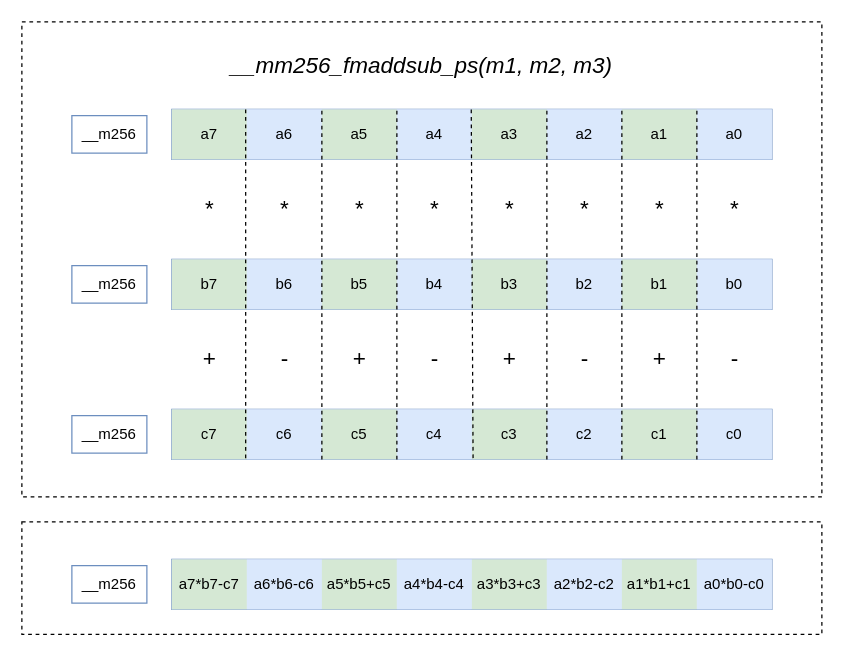
The draw.io diagram page "fmaddsub_ps" (1 of 3) of fma.drawio in alanzhai219/code-snippet, before the edit. Source tidied: cells renumbered, new cells numbered last; positions are measured from the earlier drawing's top-left corner, leaving out a move shared by most shapes. Both pictures are drawn from the tidied source at 125%, with x=0, y=0 at pixel (21, 21).
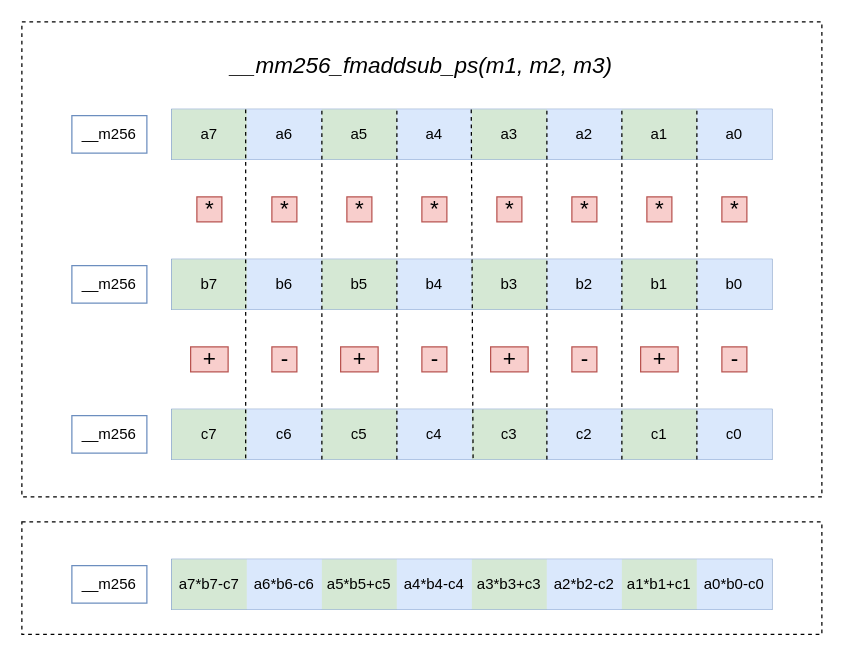
The same diagram, later.

Change to the diagram source:
```diff
@@
-    <mxCell id="53" value="&lt;font style=&quot;font-size: 18px&quot;&gt;*&lt;/font&gt;" style="text;html=1;align=center;verticalAlign=middle;strokeColor=none;fillColor=none;" parent="1" vertex="1">
+    <mxCell id="53" value="&lt;font style=&quot;font-size: 18px&quot;&gt;*&lt;/font&gt;" style="text;html=1;align=center;verticalAlign=middle;strokeColor=#b85450;fillColor=#f8cecc;" parent="1" vertex="1">
       <mxGeometry x="140" y="140" width="20" height="20" as="geometry" />
     </mxCell>
-    <mxCell id="54" value="&lt;font style=&quot;font-size: 18px&quot;&gt;*&lt;/font&gt;" style="text;html=1;align=center;verticalAlign=middle;strokeColor=none;fillColor=none;" parent="1" vertex="1">
+    <mxCell id="54" value="&lt;font style=&quot;font-size: 18px&quot;&gt;*&lt;/font&gt;" style="text;html=1;align=center;verticalAlign=middle;strokeColor=#b85450;fillColor=#f8cecc;" parent="1" vertex="1">
       <mxGeometry x="200" y="140" width="20" height="20" as="geometry" />
     </mxCell>
-    <mxCell id="55" value="&lt;font style=&quot;font-size: 18px&quot;&gt;*&lt;/font&gt;" style="text;html=1;align=center;verticalAlign=middle;strokeColor=none;fillColor=none;" parent="1" vertex="1">
+    <mxCell id="55" value="&lt;font style=&quot;font-size: 18px&quot;&gt;*&lt;/font&gt;" style="text;html=1;align=center;verticalAlign=middle;strokeColor=#b85450;fillColor=#f8cecc;" parent="1" vertex="1">
       <mxGeometry x="260" y="140" width="20" height="20" as="geometry" />
     </mxCell>
-    <mxCell id="56" value="&lt;font style=&quot;font-size: 18px&quot;&gt;*&lt;/font&gt;" style="text;html=1;align=center;verticalAlign=middle;strokeColor=none;fillColor=none;" parent="1" vertex="1">
+    <mxCell id="56" value="&lt;font style=&quot;font-size: 18px&quot;&gt;*&lt;/font&gt;" style="text;html=1;align=center;verticalAlign=middle;strokeColor=#b85450;fillColor=#f8cecc;" parent="1" vertex="1">
       <mxGeometry x="320" y="140" width="20" height="20" as="geometry" />
     </mxCell>
-    <mxCell id="57" value="&lt;font style=&quot;font-size: 18px&quot;&gt;*&lt;/font&gt;" style="text;html=1;align=center;verticalAlign=middle;strokeColor=none;fillColor=none;" parent="1" vertex="1">
+    <mxCell id="57" value="&lt;font style=&quot;font-size: 18px&quot;&gt;*&lt;/font&gt;" style="text;html=1;align=center;verticalAlign=middle;strokeColor=#b85450;fillColor=#f8cecc;" parent="1" vertex="1">
       <mxGeometry x="380" y="140" width="20" height="20" as="geometry" />
     </mxCell>
-    <mxCell id="58" value="&lt;font style=&quot;font-size: 18px&quot;&gt;*&lt;/font&gt;" style="text;html=1;align=center;verticalAlign=middle;strokeColor=none;fillColor=none;" parent="1" vertex="1">
+    <mxCell id="58" value="&lt;font style=&quot;font-size: 18px&quot;&gt;*&lt;/font&gt;" style="text;html=1;align=center;verticalAlign=middle;strokeColor=#b85450;fillColor=#f8cecc;" parent="1" vertex="1">
       <mxGeometry x="440" y="140" width="20" height="20" as="geometry" />
     </mxCell>
-    <mxCell id="59" value="&lt;font style=&quot;font-size: 18px&quot;&gt;*&lt;/font&gt;" style="text;html=1;align=center;verticalAlign=middle;strokeColor=none;fillColor=none;" parent="1" vertex="1">
+    <mxCell id="59" value="&lt;font style=&quot;font-size: 18px&quot;&gt;*&lt;/font&gt;" style="text;html=1;align=center;verticalAlign=middle;strokeColor=#b85450;fillColor=#f8cecc;" parent="1" vertex="1">
       <mxGeometry x="500" y="140" width="20" height="20" as="geometry" />
     </mxCell>
-    <mxCell id="60" value="&lt;font style=&quot;font-size: 18px&quot;&gt;*&lt;/font&gt;" style="text;html=1;align=center;verticalAlign=middle;strokeColor=none;fillColor=none;" parent="1" vertex="1">
+    <mxCell id="60" value="&lt;font style=&quot;font-size: 18px&quot;&gt;*&lt;/font&gt;" style="text;html=1;align=center;verticalAlign=middle;strokeColor=#b85450;fillColor=#f8cecc;" parent="1" vertex="1">
       <mxGeometry x="560" y="140" width="20" height="20" as="geometry" />
     </mxCell>
-    <mxCell id="61" value="&lt;font style=&quot;font-size: 18px&quot;&gt;-&lt;/font&gt;" style="text;html=1;align=center;verticalAlign=middle;strokeColor=none;fillColor=none;" parent="1" vertex="1">
+    <mxCell id="61" value="&lt;font style=&quot;font-size: 18px&quot;&gt;-&lt;/font&gt;" style="text;html=1;align=center;verticalAlign=middle;strokeColor=#b85450;fillColor=#f8cecc;" parent="1" vertex="1">
       <mxGeometry x="560" y="260" width="20" height="20" as="geometry" />
     </mxCell>
-    <mxCell id="62" value="&lt;font style=&quot;font-size: 18px&quot;&gt;-&lt;/font&gt;" style="text;html=1;align=center;verticalAlign=middle;strokeColor=none;fillColor=none;" parent="1" vertex="1">
+    <mxCell id="62" value="&lt;font style=&quot;font-size: 18px&quot;&gt;-&lt;/font&gt;" style="text;html=1;align=center;verticalAlign=middle;strokeColor=#b85450;fillColor=#f8cecc;" parent="1" vertex="1">
       <mxGeometry x="440" y="260" width="20" height="20" as="geometry" />
     </mxCell>
-    <mxCell id="63" value="&lt;font style=&quot;font-size: 18px&quot;&gt;-&lt;/font&gt;" style="text;html=1;align=center;verticalAlign=middle;strokeColor=none;fillColor=none;" parent="1" vertex="1">
+    <mxCell id="63" value="&lt;font style=&quot;font-size: 18px&quot;&gt;-&lt;/font&gt;" style="text;html=1;align=center;verticalAlign=middle;strokeColor=#b85450;fillColor=#f8cecc;" parent="1" vertex="1">
       <mxGeometry x="320" y="260" width="20" height="20" as="geometry" />
     </mxCell>
-    <mxCell id="64" value="&lt;font style=&quot;font-size: 18px&quot;&gt;-&lt;/font&gt;" style="text;html=1;align=center;verticalAlign=middle;strokeColor=none;fillColor=none;" parent="1" vertex="1">
+    <mxCell id="64" value="&lt;font style=&quot;font-size: 18px&quot;&gt;-&lt;/font&gt;" style="text;html=1;align=center;verticalAlign=middle;strokeColor=#b85450;fillColor=#f8cecc;" parent="1" vertex="1">
       <mxGeometry x="200" y="260" width="20" height="20" as="geometry" />
     </mxCell>
-    <mxCell id="65" value="&lt;font style=&quot;font-size: 18px&quot;&gt;+&lt;/font&gt;" style="text;html=1;align=center;verticalAlign=middle;strokeColor=none;fillColor=none;" parent="1" vertex="1">
+    <mxCell id="65" value="&lt;font style=&quot;font-size: 18px&quot;&gt;+&lt;/font&gt;" style="text;html=1;align=center;verticalAlign=middle;strokeColor=#b85450;fillColor=#f8cecc;" parent="1" vertex="1">
       <mxGeometry x="135" y="260" width="30" height="20" as="geometry" />
     </mxCell>
-    <mxCell id="66" value="&lt;font style=&quot;font-size: 18px&quot;&gt;+&lt;/font&gt;" style="text;html=1;align=center;verticalAlign=middle;strokeColor=none;fillColor=none;" parent="1" vertex="1">
+    <mxCell id="66" value="&lt;font style=&quot;font-size: 18px&quot;&gt;+&lt;/font&gt;" style="text;html=1;align=center;verticalAlign=middle;strokeColor=#b85450;fillColor=#f8cecc;" parent="1" vertex="1">
       <mxGeometry x="255" y="260" width="30" height="20" as="geometry" />
     </mxCell>
-    <mxCell id="67" value="&lt;font style=&quot;font-size: 18px&quot;&gt;+&lt;/font&gt;" style="text;html=1;align=center;verticalAlign=middle;strokeColor=none;fillColor=none;" parent="1" vertex="1">
+    <mxCell id="67" value="&lt;font style=&quot;font-size: 18px&quot;&gt;+&lt;/font&gt;" style="text;html=1;align=center;verticalAlign=middle;strokeColor=#b85450;fillColor=#f8cecc;" parent="1" vertex="1">
       <mxGeometry x="375" y="260" width="30" height="20" as="geometry" />
     </mxCell>
-    <mxCell id="68" value="&lt;font style=&quot;font-size: 18px&quot;&gt;+&lt;/font&gt;" style="text;html=1;align=center;verticalAlign=middle;strokeColor=none;fillColor=none;" parent="1" vertex="1">
+    <mxCell id="68" value="&lt;font style=&quot;font-size: 18px&quot;&gt;+&lt;/font&gt;" style="text;html=1;align=center;verticalAlign=middle;strokeColor=#b85450;fillColor=#f8cecc;" parent="1" vertex="1">
       <mxGeometry x="495" y="260" width="30" height="20" as="geometry" />
     </mxCell>
```
